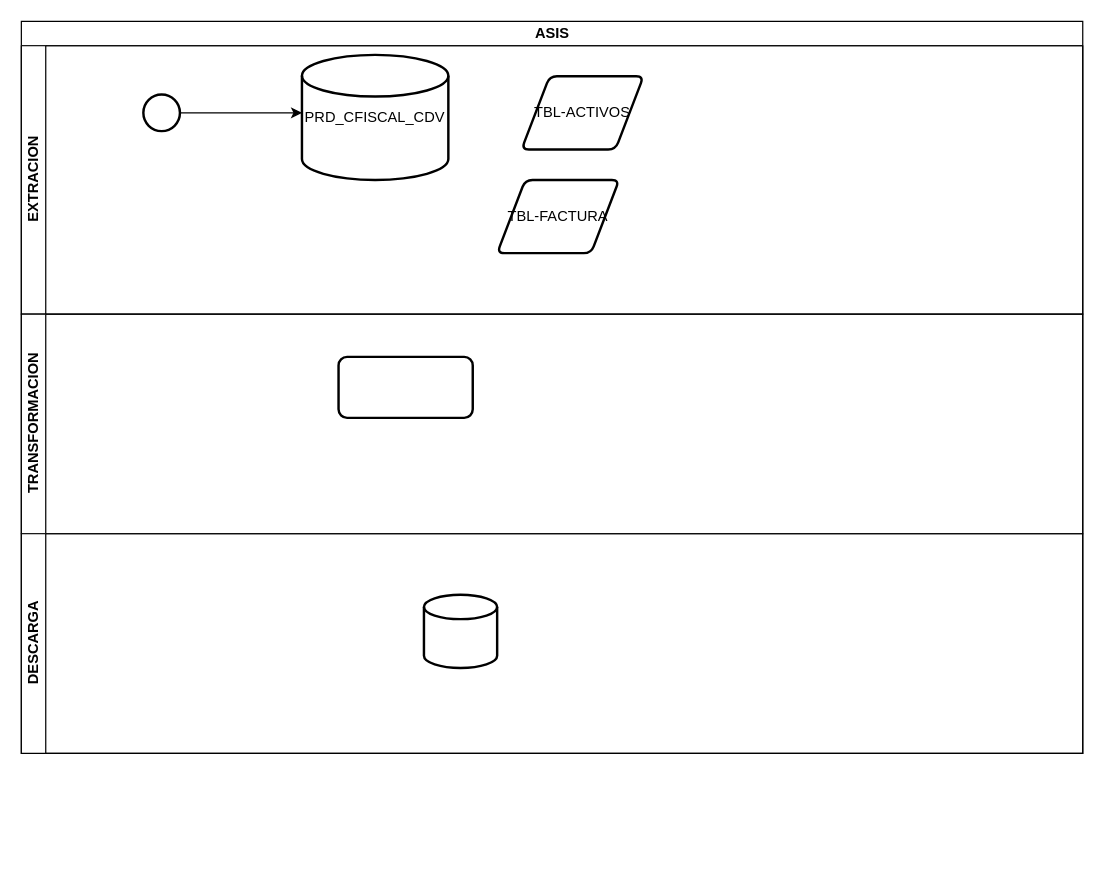
This is diagrama factura SGA.drawio from carlsromec/procesos-diagramas, a draw.io file, before an edit. Source tidied: cells renumbered, new cells numbered last; positions are measured from the earlier drawing's top-left corner, leaving out a move shared by most shapes. Both pictures are drawn from the tidied source at 122%, with x=0, y=0 at pixel (21, 21).
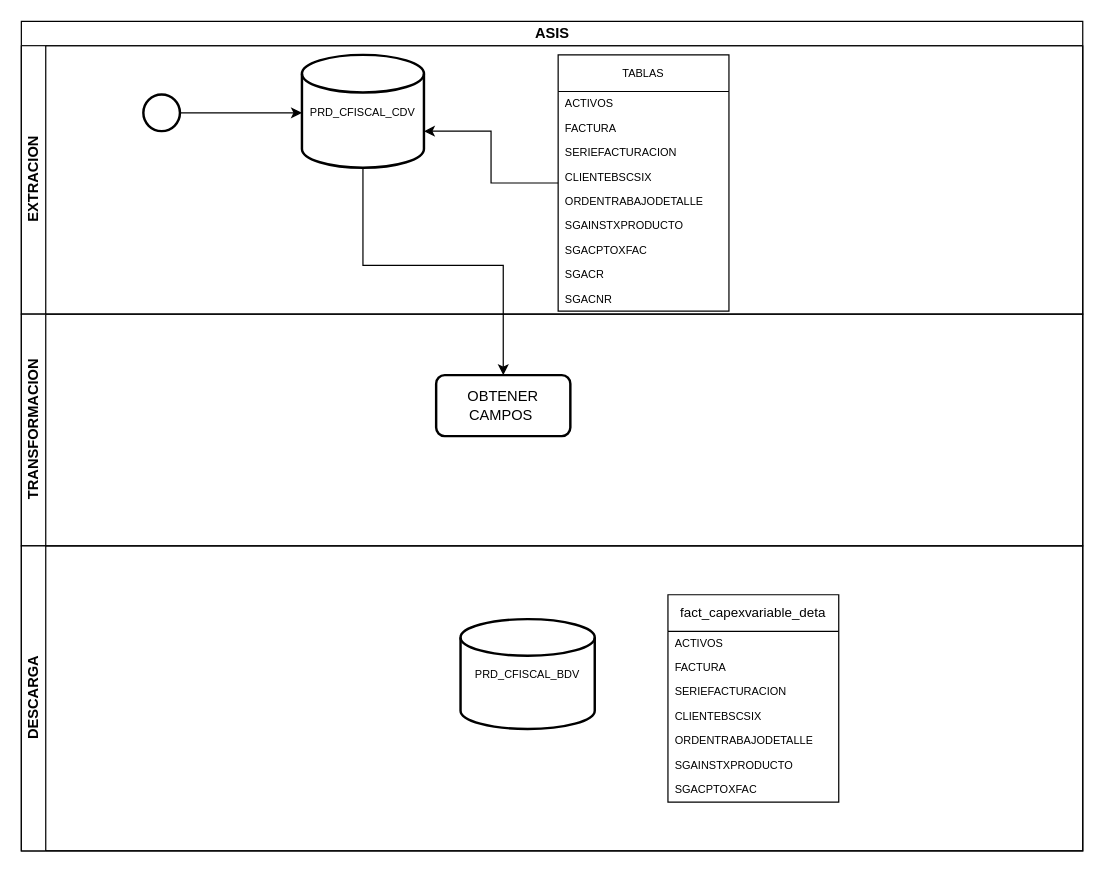
The same page after the edit.

Change to the diagram source:
```diff
@@
     <mxCell id="2" value="ASIS" style="swimlane;horizontal=1;startSize=20;html=1;" parent="1" vertex="1">
-      <mxGeometry width="870" height="600" as="geometry" />
+      <mxGeometry width="870" height="680" as="geometry" />
     </mxCell>
-    <mxCell id="3" value="EXTRACION" style="swimlane;startSize=20;horizontal=0;html=1;" parent="2" vertex="1">
+    <mxCell id="3" value="EXTRACION" style="swimlane;startSize=20;horizontal=0;html=1;fontSize=12;" parent="2" vertex="1">
       <mxGeometry y="20" width="870" height="220" as="geometry" />
     </mxCell>
@@
-    <mxCell id="6" value="PRD_CFISCAL_CDV" style="strokeWidth=2;html=1;shape=mxgraph.flowchart.database;whiteSpace=wrap;" parent="3" vertex="1">
-      <mxGeometry x="230" y="7.5" width="120" height="102.5" as="geometry" />
+    <mxCell id="6" value="&lt;font style=&quot;font-size: 9px;&quot;&gt;PRD_CFISCAL_CDV&lt;/font&gt;" style="strokeWidth=2;html=1;shape=mxgraph.flowchart.database;whiteSpace=wrap;" parent="3" vertex="1">
+      <mxGeometry x="230" y="7.5" width="100" height="92.5" as="geometry" />
     </mxCell>
-    <mxCell id="7" value="TBL-ACTIVOS" style="shape=parallelogram;html=1;strokeWidth=2;perimeter=parallelogramPerimeter;whiteSpace=wrap;rounded=1;arcSize=12;size=0.23;" parent="3" vertex="1">
-      <mxGeometry x="410" y="25" width="100" height="60" as="geometry" />
-    </mxCell>
-    <mxCell id="8" value="TBL-FACTURA" style="shape=parallelogram;html=1;strokeWidth=2;perimeter=parallelogramPerimeter;whiteSpace=wrap;rounded=1;arcSize=12;size=0.23;" parent="3" vertex="1">
-      <mxGeometry x="390" y="110" width="100" height="60" as="geometry" />
-    </mxCell>
+    <mxCell id="13" value="TABLAS" style="swimlane;fontStyle=0;horizontal=1;startSize=30;whiteSpace=wrap;html=1;fontSize=9;" parent="3" vertex="1">
+      <mxGeometry x="440" y="7.5" width="140" height="210" as="geometry" />
+    </mxCell>
+    <mxCell id="14" value="ACTIVOS" style="text;strokeColor=none;fillColor=none;align=left;verticalAlign=middle;spacingLeft=4;spacingRight=4;overflow=hidden;whiteSpace=wrap;html=1;fontSize=9;" parent="13" vertex="1">
+      <mxGeometry y="30" width="140" height="20" as="geometry" />
+    </mxCell>
+    <mxCell id="15" value="FACTURA" style="text;strokeColor=none;fillColor=none;align=left;verticalAlign=middle;spacingLeft=4;spacingRight=4;overflow=hidden;whiteSpace=wrap;html=1;fontSize=9;" parent="13" vertex="1">
+      <mxGeometry y="50" width="140" height="20" as="geometry" />
+    </mxCell>
+    <mxCell id="16" value="SERIEFACTURACION" style="text;strokeColor=none;fillColor=none;align=left;verticalAlign=middle;spacingLeft=4;spacingRight=4;overflow=hidden;whiteSpace=wrap;html=1;fontSize=9;" parent="13" vertex="1">
+      <mxGeometry y="70" width="140" height="20" as="geometry" />
+    </mxCell>
+    <mxCell id="17" value="CLIENTEBSCSIX" style="text;strokeColor=none;fillColor=none;align=left;verticalAlign=middle;spacingLeft=4;spacingRight=4;overflow=hidden;whiteSpace=wrap;html=1;fontSize=9;" parent="13" vertex="1">
+      <mxGeometry y="90" width="140" height="20" as="geometry" />
+    </mxCell>
+    <mxCell id="18" value="ORDENTRABAJODETALLE" style="text;strokeColor=none;fillColor=none;align=left;verticalAlign=middle;spacingLeft=4;spacingRight=4;overflow=hidden;whiteSpace=wrap;html=1;fontSize=9;" parent="13" vertex="1">
+      <mxGeometry y="110" width="140" height="20" as="geometry" />
+    </mxCell>
+    <mxCell id="19" value="SGAINSTXPRODUCTO" style="text;strokeColor=none;fillColor=none;align=left;verticalAlign=middle;spacingLeft=4;spacingRight=4;overflow=hidden;whiteSpace=wrap;html=1;fontSize=9;" parent="13" vertex="1">
+      <mxGeometry y="130" width="140" height="20" as="geometry" />
+    </mxCell>
+    <mxCell id="20" value="SGACPTOXFAC" style="text;strokeColor=none;fillColor=none;align=left;verticalAlign=middle;spacingLeft=4;spacingRight=4;overflow=hidden;whiteSpace=wrap;html=1;fontSize=9;" parent="13" vertex="1">
+      <mxGeometry y="150" width="140" height="20" as="geometry" />
+    </mxCell>
+    <mxCell id="21" value="SGACR" style="text;strokeColor=none;fillColor=none;align=left;verticalAlign=middle;spacingLeft=4;spacingRight=4;overflow=hidden;whiteSpace=wrap;html=1;fontSize=9;" parent="13" vertex="1">
+      <mxGeometry y="170" width="140" height="20" as="geometry" />
+    </mxCell>
+    <mxCell id="22" value="SGACNR" style="text;strokeColor=none;fillColor=none;align=left;verticalAlign=middle;spacingLeft=4;spacingRight=4;overflow=hidden;whiteSpace=wrap;html=1;fontSize=9;" parent="13" vertex="1">
+      <mxGeometry y="190" width="140" height="20" as="geometry" />
+    </mxCell>
+    <mxCell id="23" style="edgeStyle=orthogonalEdgeStyle;rounded=0;jettySize=auto;html=1;entryX=1;entryY=0.676;entryDx=0;entryDy=0;entryPerimeter=0;" parent="3" edge="1" source="13" target="6">
+      <mxGeometry relative="1" as="geometry" />
+    </mxCell>
     <mxCell id="9" value="TRANSFORMACION" style="swimlane;startSize=20;horizontal=0;html=1;" parent="2" vertex="1">
-      <mxGeometry y="240" width="870" height="180" as="geometry" />
+      <mxGeometry y="240" width="870" height="190" as="geometry" />
     </mxCell>
-    <mxCell id="10" style="rounded=1;whiteSpace=wrap;html=1;absoluteArcSize=1;arcSize=14;strokeWidth=2;" parent="9" vertex="1">
-      <mxGeometry x="260" y="35" width="110" height="50" as="geometry" />
+    <mxCell id="10" value="OBTENER CAMPOS&amp;nbsp;" style="rounded=1;whiteSpace=wrap;html=1;absoluteArcSize=1;arcSize=14;strokeWidth=2;" parent="9" vertex="1">
+      <mxGeometry x="340" y="50" width="110" height="50" as="geometry" />
     </mxCell>
     <mxCell id="11" value="DESCARGA" style="swimlane;startSize=20;horizontal=0;html=1;" parent="2" vertex="1">
-      <mxGeometry y="420" width="870" height="180" as="geometry" />
+      <mxGeometry y="430" width="870" height="250" as="geometry" />
     </mxCell>
-    <mxCell id="12" style="strokeWidth=2;html=1;shape=mxgraph.flowchart.database;whiteSpace=wrap;" parent="11" vertex="1">
-      <mxGeometry x="330" y="50" width="60" height="60" as="geometry" />
+    <mxCell id="12" value="&lt;font style=&quot;font-size: 9px;&quot;&gt;PRD_CFISCAL_BDV&lt;/font&gt;" style="strokeWidth=2;html=1;shape=mxgraph.flowchart.database;whiteSpace=wrap;" parent="11" vertex="1">
+      <mxGeometry x="360" y="60" width="110" height="90" as="geometry" />
     </mxCell>
+    <mxCell id="24" value="&lt;font style=&quot;font-size: 11px;&quot;&gt;fact_capexvariable_deta&lt;/font&gt;" style="swimlane;fontStyle=0;horizontal=1;startSize=30;whiteSpace=wrap;html=1;fontSize=9;" parent="11" vertex="1">
+      <mxGeometry x="530" y="40" width="140" height="170" as="geometry" />
+    </mxCell>
+    <mxCell id="25" value="ACTIVOS" style="text;strokeColor=none;fillColor=none;align=left;verticalAlign=middle;spacingLeft=4;spacingRight=4;overflow=hidden;whiteSpace=wrap;html=1;fontSize=9;" parent="24" vertex="1">
+      <mxGeometry y="30" width="140" height="20" as="geometry" />
+    </mxCell>
+    <mxCell id="26" value="FACTURA" style="text;strokeColor=none;fillColor=none;align=left;verticalAlign=middle;spacingLeft=4;spacingRight=4;overflow=hidden;whiteSpace=wrap;html=1;fontSize=9;" parent="24" vertex="1">
+      <mxGeometry y="50" width="140" height="20" as="geometry" />
+    </mxCell>
+    <mxCell id="27" value="SERIEFACTURACION" style="text;strokeColor=none;fillColor=none;align=left;verticalAlign=middle;spacingLeft=4;spacingRight=4;overflow=hidden;whiteSpace=wrap;html=1;fontSize=9;" parent="24" vertex="1">
+      <mxGeometry y="70" width="140" height="20" as="geometry" />
+    </mxCell>
+    <mxCell id="28" value="CLIENTEBSCSIX" style="text;strokeColor=none;fillColor=none;align=left;verticalAlign=middle;spacingLeft=4;spacingRight=4;overflow=hidden;whiteSpace=wrap;html=1;fontSize=9;" parent="24" vertex="1">
+      <mxGeometry y="90" width="140" height="20" as="geometry" />
+    </mxCell>
+    <mxCell id="29" value="ORDENTRABAJODETALLE" style="text;strokeColor=none;fillColor=none;align=left;verticalAlign=middle;spacingLeft=4;spacingRight=4;overflow=hidden;whiteSpace=wrap;html=1;fontSize=9;" parent="24" vertex="1">
+      <mxGeometry y="110" width="140" height="20" as="geometry" />
+    </mxCell>
+    <mxCell id="30" value="SGAINSTXPRODUCTO" style="text;strokeColor=none;fillColor=none;align=left;verticalAlign=middle;spacingLeft=4;spacingRight=4;overflow=hidden;whiteSpace=wrap;html=1;fontSize=9;" parent="24" vertex="1">
+      <mxGeometry y="130" width="140" height="20" as="geometry" />
+    </mxCell>
+    <mxCell id="31" value="SGACPTOXFAC" style="text;strokeColor=none;fillColor=none;align=left;verticalAlign=middle;spacingLeft=4;spacingRight=4;overflow=hidden;whiteSpace=wrap;html=1;fontSize=9;" parent="24" vertex="1">
+      <mxGeometry y="150" width="140" height="20" as="geometry" />
+    </mxCell>
+    <mxCell id="32" style="edgeStyle=orthogonalEdgeStyle;rounded=0;jettySize=auto;html=1;" parent="2" edge="1" source="6" target="10">
+      <mxGeometry relative="1" as="geometry">
+        <Array as="points">
+          <mxPoint x="280" y="200" />
+          <mxPoint x="395" y="200" />
+        </Array>
+      </mxGeometry>
+    </mxCell>
```
